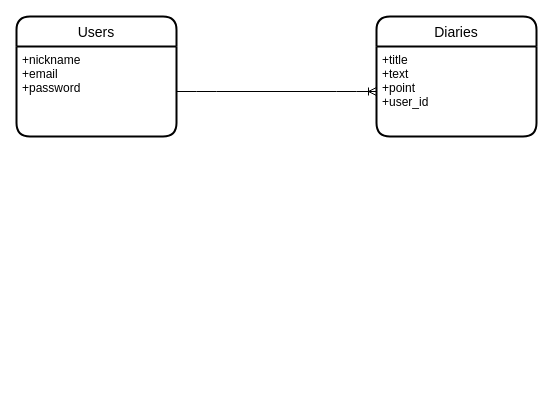
Above: writing_ability.dio in kogureya/writing_ability (draw.io), before the change. Source tidied: cells renumbered, new cells numbered last; positions are measured from the earlier drawing's top-left corner, leaving out a move shared by most shapes. Both pictures are drawn from the tidied source at 100%, with x=0, y=0 at pixel (16, 16).
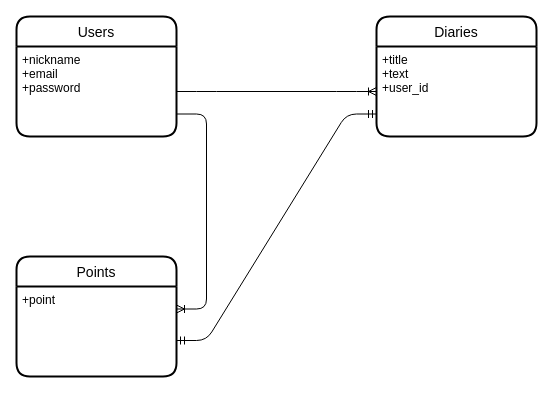
Above is the later version.

Commit message (it also covers changes not shown here):
テーブルの修正

What changed in the source:
```diff
@@
 <mxGraphModel>
   <root>
     <mxCell id="0" />
     <mxCell id="1" parent="0" />
     <mxCell id="2" value="Users" style="swimlane;horizontal=1;startSize=30;rounded=1;fontSize=14;fontStyle=0;strokeWidth=2;shadow=0;dashed=0;align=center;" parent="1" vertex="1">
       <mxGeometry width="160" height="120" as="geometry" />
     </mxCell>
     <mxCell id="3" value="+nickname&#10;+email&#10;+password" style="align=left;strokeColor=none;fillColor=none;spacingLeft=4;fontSize=12;verticalAlign=top;" parent="2" vertex="1">
       <mxGeometry y="30" width="160" height="90" as="geometry" />
     </mxCell>
     <mxCell id="4" value="Diaries" style="swimlane;horizontal=1;startSize=30;rounded=1;fontSize=14;fontStyle=0;strokeWidth=2;shadow=0;dashed=0;align=center;" parent="1" vertex="1">
       <mxGeometry x="360" width="160" height="120" as="geometry" />
     </mxCell>
-    <mxCell id="5" value="+title&#10;+text&#10;+point&#10;+user_id" style="align=left;strokeColor=none;fillColor=none;spacingLeft=4;fontSize=12;verticalAlign=top;" parent="4" vertex="1">
+    <mxCell id="5" value="+title&#10;+text&#10;+user_id" style="align=left;strokeColor=none;fillColor=none;spacingLeft=4;fontSize=12;verticalAlign=top;" parent="4" vertex="1">
       <mxGeometry y="30" width="160" height="90" as="geometry" />
     </mxCell>
     <mxCell id="6" style="edgeStyle=entityRelationEdgeStyle;fontSize=12;html=1;endArrow=ERoneToMany;entryX=0;entryY=0.5;entryDx=0;entryDy=0;exitX=1;exitY=0.5;exitDx=0;exitDy=0;" parent="1" edge="1" source="3" target="5">
       <mxGeometry relative="1" as="geometry" />
     </mxCell>
+    <mxCell id="7" value="Points" style="swimlane;horizontal=1;startSize=30;rounded=1;fontSize=14;fontStyle=0;strokeWidth=2;shadow=0;dashed=0;align=center;" parent="1" vertex="1">
+      <mxGeometry y="240" width="160" height="120" as="geometry" />
+    </mxCell>
+    <mxCell id="8" value="+point" style="align=left;strokeColor=none;fillColor=none;spacingLeft=4;fontSize=12;verticalAlign=top;" parent="7" vertex="1">
+      <mxGeometry y="30" width="160" height="90" as="geometry" />
+    </mxCell>
+    <mxCell id="9" style="edgeStyle=entityRelationEdgeStyle;fontSize=12;html=1;endArrow=ERoneToMany;exitX=1;exitY=0.75;exitDx=0;exitDy=0;entryX=1;entryY=0.25;entryDx=0;entryDy=0;" parent="1" edge="1" source="3" target="8">
+      <mxGeometry relative="1" as="geometry" />
+    </mxCell>
+    <mxCell id="10" style="edgeStyle=entityRelationEdgeStyle;fontSize=12;html=1;endArrow=ERmandOne;startArrow=ERmandOne;exitX=1;exitY=0.6;exitDx=0;exitDy=0;exitPerimeter=0;entryX=0;entryY=0.75;entryDx=0;entryDy=0;" parent="1" edge="1" source="8" target="5">
+      <mxGeometry relative="1" as="geometry" />
+    </mxCell>
   </root>
 </mxGraphModel>
```
